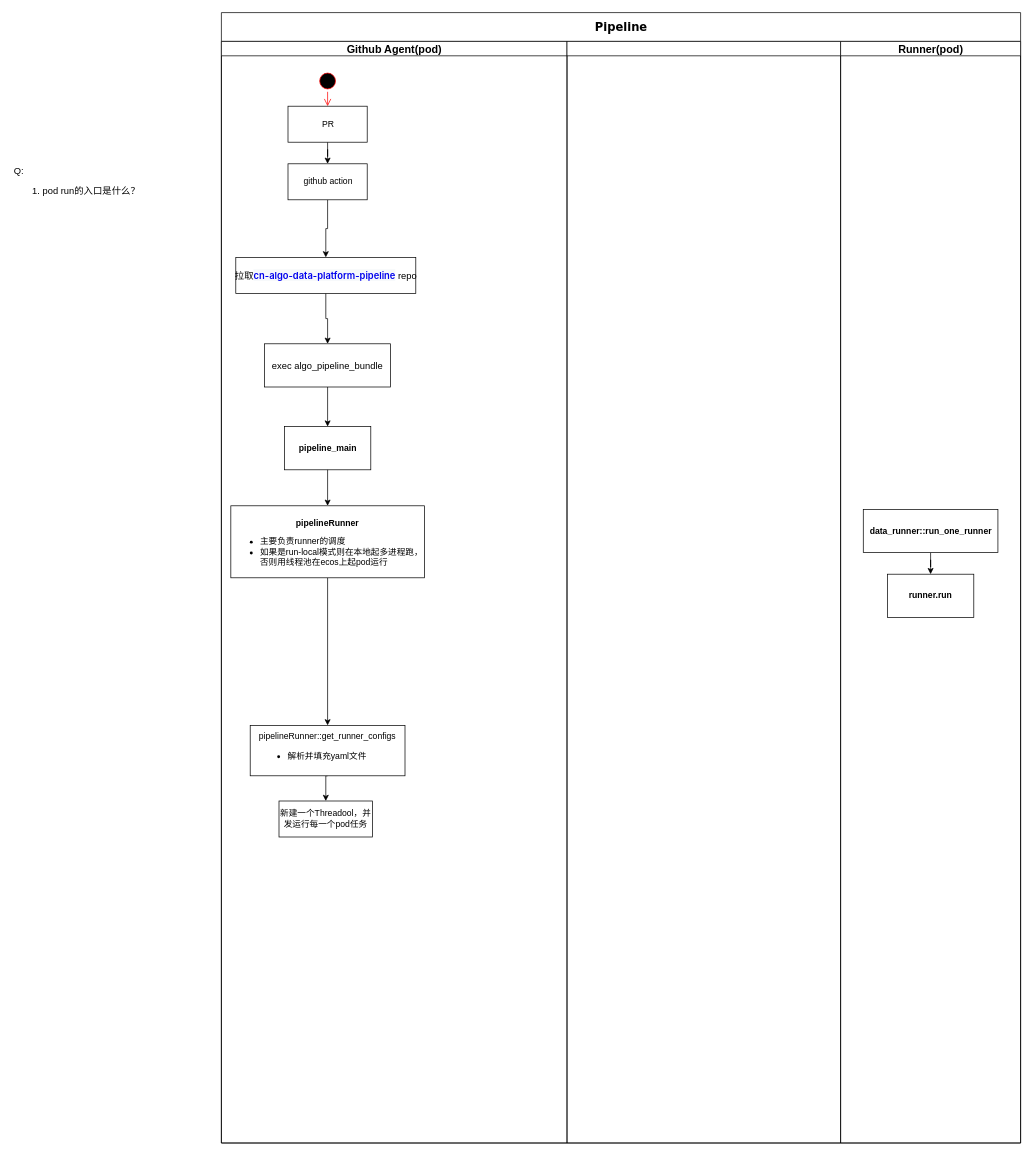
Before: page "第 2 页" (2 of 2) of drawio/TuSimple.drawio in a244591052/Skill-Learning, a draw.io diagram. Source tidied: cells renumbered, new cells numbered last; positions are measured from the earlier drawing's top-left corner, leaving out a move shared by most shapes. Both pictures are drawn from the tidied source at 72%, with x=0, y=0 at pixel (12, 12).
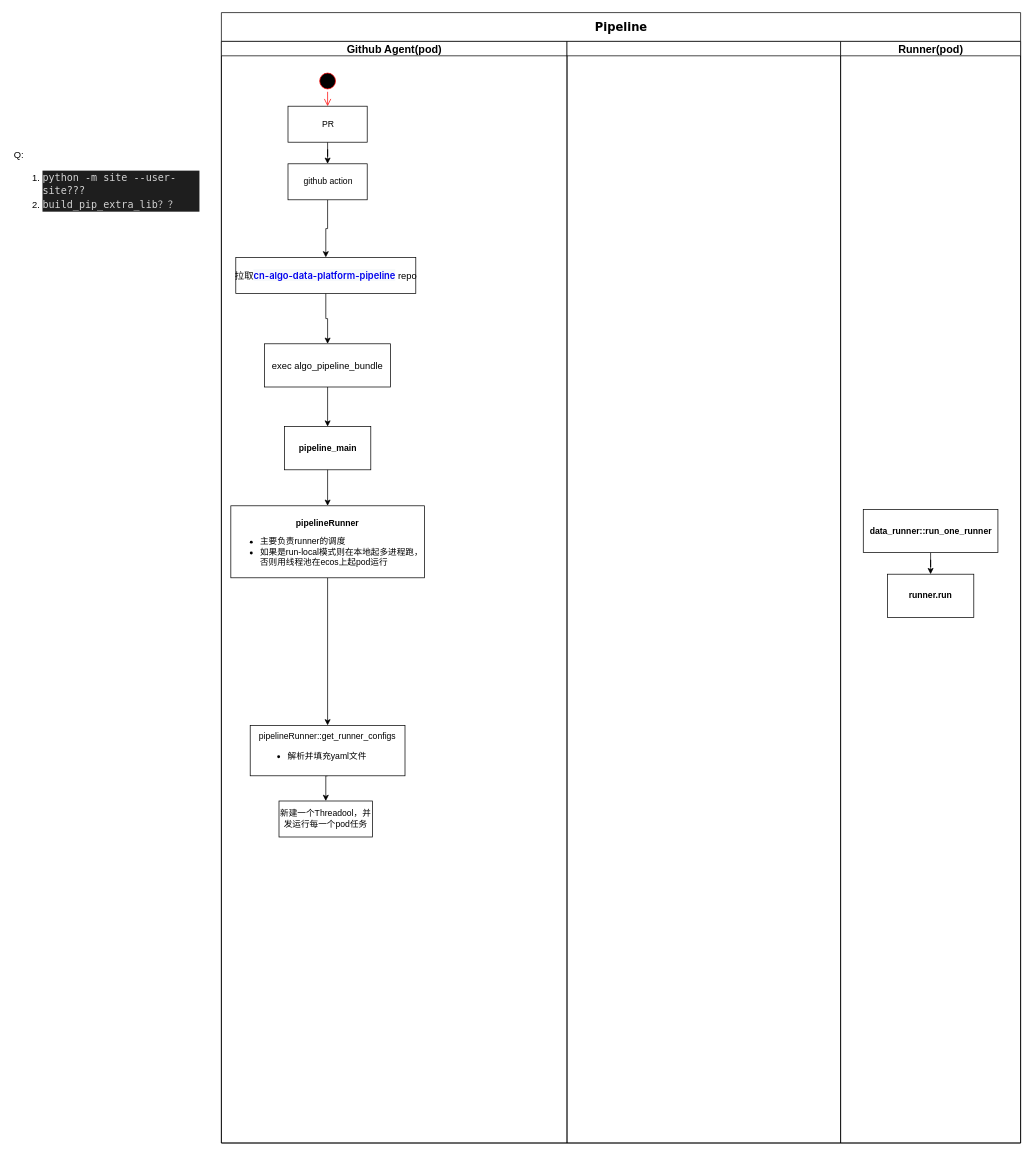
The same diagram, later.

Diff of the diagram source:
```diff
@@
-    <mxCell id="26" value="Q:&lt;br&gt;&lt;ol&gt;&lt;li&gt;pod run的入口是什么？&lt;/li&gt;&lt;/ol&gt;" style="text;html=1;strokeColor=none;fillColor=none;align=left;verticalAlign=middle;whiteSpace=wrap;rounded=0;fontSize=13;" parent="1" vertex="1">
+    <mxCell id="26" value="Q:&lt;br&gt;&lt;ol&gt;&lt;li&gt;&lt;div style=&quot;color: rgb(212, 212, 212); background-color: rgb(30, 30, 30); font-family: &amp;quot;Droid Sans Mono&amp;quot;, &amp;quot;monospace&amp;quot;, monospace; font-size: 14px; line-height: 19px;&quot;&gt;python -m site --user-site???&lt;/div&gt;&lt;/li&gt;&lt;li&gt;&lt;div style=&quot;color: rgb(212, 212, 212); background-color: rgb(30, 30, 30); font-family: &amp;quot;Droid Sans Mono&amp;quot;, &amp;quot;monospace&amp;quot;, monospace; font-size: 14px; line-height: 19px;&quot;&gt;&lt;div style=&quot;line-height: 19px;&quot;&gt;build_pip_extra_lib？？&lt;/div&gt;&lt;/div&gt;&lt;/li&gt;&lt;/ol&gt;" style="text;html=1;strokeColor=none;fillColor=none;align=left;verticalAlign=middle;whiteSpace=wrap;rounded=0;fontSize=13;" parent="1" vertex="1">
       <mxGeometry y="120" width="260" height="240" as="geometry" />
     </mxCell>
```
